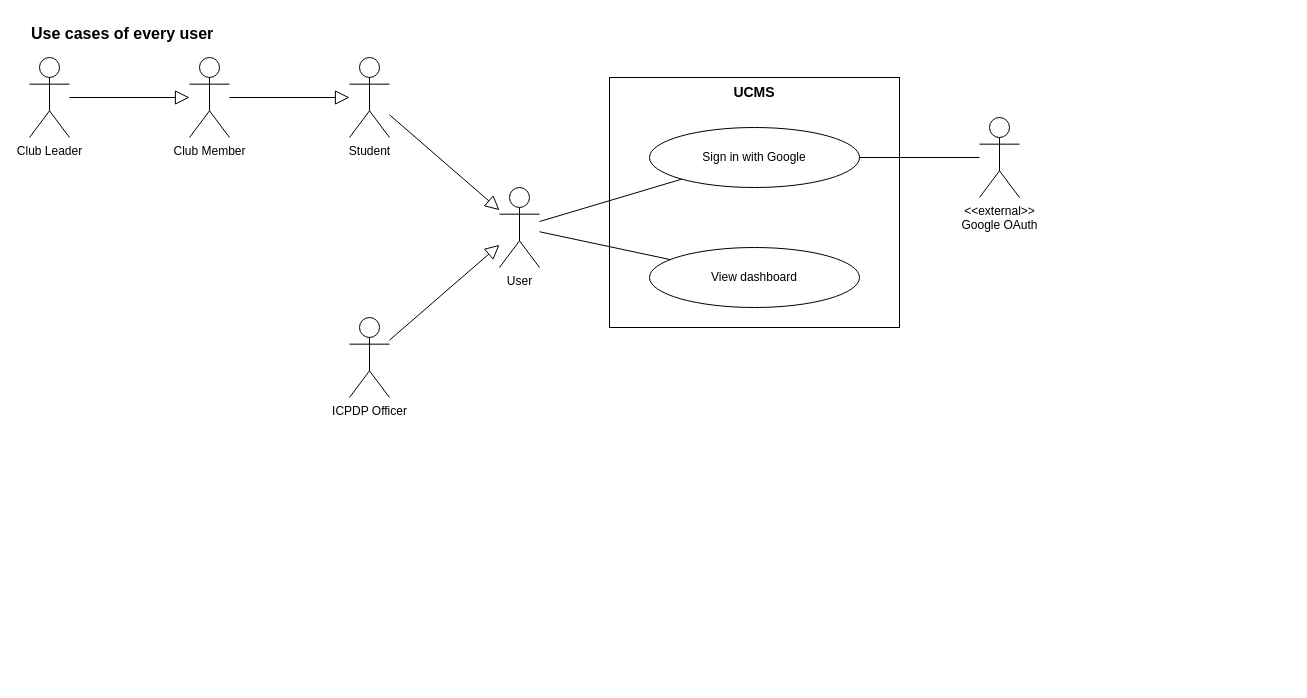
The draw.io diagram page "All users" (1 of 9) of docs/03-diagrams/UCMS_UseCase_ByActor.drawio in nvdekay/ClubManagementSystem, before the edit. Source tidied: cells renumbered, new cells numbered last; positions are measured from the earlier drawing's top-left corner, leaving out a move shared by most shapes. Both pictures are drawn from the tidied source at 100%, with x=0, y=0 at pixel (29, 17).
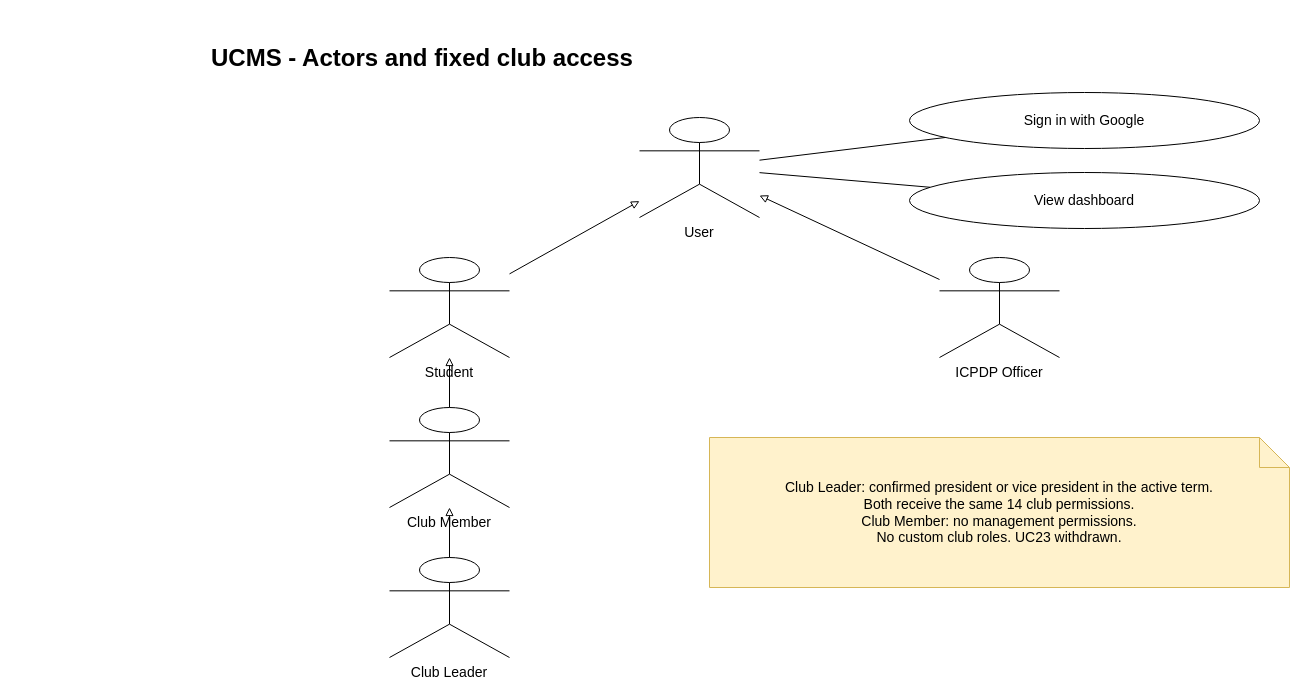
The same diagram, later.

What changed in the source:
```diff
@@
 <mxGraphModel background="#ffffff">
   <root>
     <mxCell id="0" />
     <mxCell id="1" parent="0" />
-    <mxCell id="2" value="Use cases of every user" style="text;html=1;fontStyle=1;fontSize=16;align=left;" parent="1" vertex="1">
-      <mxGeometry width="700" height="30" as="geometry" />
-    </mxCell>
-    <mxCell id="3" value="UCMS" style="rounded=0;whiteSpace=wrap;html=1;fillColor=none;strokeColor=#000000;verticalAlign=top;fontStyle=1;fontSize=14;" parent="1" vertex="1">
-      <mxGeometry x="580" y="60" width="290" height="250" as="geometry" />
-    </mxCell>
-    <mxCell id="4" value="Club Leader" style="shape=umlActor;verticalLabelPosition=bottom;verticalAlign=top;html=1;outlineConnect=0;fillColor=#ffffff;strokeColor=#000000;" parent="1" vertex="1">
-      <mxGeometry y="40" width="40" height="80" as="geometry" />
-    </mxCell>
-    <mxCell id="5" value="Club Member" style="shape=umlActor;verticalLabelPosition=bottom;verticalAlign=top;html=1;outlineConnect=0;fillColor=#ffffff;strokeColor=#000000;" parent="1" vertex="1">
-      <mxGeometry x="160" y="40" width="40" height="80" as="geometry" />
-    </mxCell>
+    <mxCell id="19" value="UCMS - Actors and fixed club access" style="whiteSpace=wrap;html=1;fontFamily=Arial;fontSize=14;text;fontSize=24;fontStyle=1;" parent="1" vertex="1">
+      <mxGeometry x="180" y="20" width="1050" height="45" as="geometry" />
+    </mxCell>
+    <mxCell id="8" value="User" style="whiteSpace=wrap;html=1;fontFamily=Arial;fontSize=14;shape=umlActor;verticalLabelPosition=bottom;verticalAlign=top;" parent="1" vertex="1">
+      <mxGeometry x="610" y="100" width="120" height="100" as="geometry" />
+    </mxCell>
-    <mxCell id="6" value="Student" style="shape=umlActor;verticalLabelPosition=bottom;verticalAlign=top;html=1;outlineConnect=0;fillColor=#ffffff;strokeColor=#000000;" parent="1" vertex="1">
-      <mxGeometry x="320" y="40" width="40" height="80" as="geometry" />
+    <mxCell id="6" value="Student" style="whiteSpace=wrap;html=1;fontFamily=Arial;fontSize=14;shape=umlActor;verticalLabelPosition=bottom;verticalAlign=top;" parent="1" vertex="1">
+      <mxGeometry x="360" y="240" width="120" height="100" as="geometry" />
     </mxCell>
-    <mxCell id="7" value="ICPDP Officer" style="shape=umlActor;verticalLabelPosition=bottom;verticalAlign=top;html=1;outlineConnect=0;fillColor=#ffffff;strokeColor=#000000;" parent="1" vertex="1">
-      <mxGeometry x="320" y="300" width="40" height="80" as="geometry" />
+    <mxCell id="7" value="ICPDP Officer" style="whiteSpace=wrap;html=1;fontFamily=Arial;fontSize=14;shape=umlActor;verticalLabelPosition=bottom;verticalAlign=top;" parent="1" vertex="1">
+      <mxGeometry x="910" y="240" width="120" height="100" as="geometry" />
     </mxCell>
-    <mxCell id="8" value="User" style="shape=umlActor;verticalLabelPosition=bottom;verticalAlign=top;html=1;outlineConnect=0;fillColor=#ffffff;strokeColor=#000000;" parent="1" vertex="1">
-      <mxGeometry x="470" y="170" width="40" height="80" as="geometry" />
-    </mxCell>
-    <mxCell id="9" style="endArrow=block;endFill=0;endSize=12;html=1;strokeColor=#000000;" parent="1" edge="1" source="4" target="5">
-      <mxGeometry relative="1" as="geometry" />
-    </mxCell>
-    <mxCell id="10" style="endArrow=block;endFill=0;endSize=12;html=1;strokeColor=#000000;" parent="1" edge="1" source="5" target="6">
-      <mxGeometry relative="1" as="geometry" />
-    </mxCell>
+    <mxCell id="5" value="Club Member" style="whiteSpace=wrap;html=1;fontFamily=Arial;fontSize=14;shape=umlActor;verticalLabelPosition=bottom;verticalAlign=top;" parent="1" vertex="1">
+      <mxGeometry x="360" y="390" width="120" height="100" as="geometry" />
+    </mxCell>
+    <mxCell id="4" value="Club Leader" style="whiteSpace=wrap;html=1;fontFamily=Arial;fontSize=14;shape=umlActor;verticalLabelPosition=bottom;verticalAlign=top;" parent="1" vertex="1">
+      <mxGeometry x="360" y="540" width="120" height="100" as="geometry" />
+    </mxCell>
-    <mxCell id="11" style="endArrow=block;endFill=0;endSize=12;html=1;strokeColor=#000000;" parent="1" edge="1" source="6" target="8">
+    <mxCell id="11" style="html=1;fontFamily=Arial;fontSize=13;edgeStyle=none;rounded=0;endArrow=block;endFill=0;" parent="1" edge="1" source="6" target="8">
       <mxGeometry relative="1" as="geometry" />
     </mxCell>
-    <mxCell id="12" style="endArrow=block;endFill=0;endSize=12;html=1;strokeColor=#000000;" parent="1" edge="1" source="7" target="8">
+    <mxCell id="12" style="html=1;fontFamily=Arial;fontSize=13;edgeStyle=none;rounded=0;endArrow=block;endFill=0;" parent="1" edge="1" source="7" target="8">
       <mxGeometry relative="1" as="geometry" />
     </mxCell>
+    <mxCell id="10" style="html=1;fontFamily=Arial;fontSize=13;edgeStyle=none;rounded=0;endArrow=block;endFill=0;" parent="1" edge="1" source="5" target="6">
+      <mxGeometry relative="1" as="geometry" />
+    </mxCell>
+    <mxCell id="9" style="html=1;fontFamily=Arial;fontSize=13;edgeStyle=none;rounded=0;endArrow=block;endFill=0;" parent="1" edge="1" source="4" target="5">
+      <mxGeometry relative="1" as="geometry" />
+    </mxCell>
-    <mxCell id="13" value="Sign in with Google" style="ellipse;whiteSpace=wrap;html=1;fillColor=#ffffff;strokeColor=#000000;fontSize=12;" parent="1" vertex="1">
-      <mxGeometry x="620" y="110" width="210" height="60" as="geometry" />
+    <mxCell id="13" value="Sign in with Google" style="whiteSpace=wrap;html=1;fontFamily=Arial;fontSize=14;ellipse;fillColor=#ffffff;strokeColor=#000000;" parent="1" vertex="1">
+      <mxGeometry x="880" y="75" width="350" height="56" as="geometry" />
     </mxCell>
+    <mxCell id="16" style="html=1;fontFamily=Arial;fontSize=13;edgeStyle=none;rounded=0;endArrow=none;" parent="1" edge="1" source="8" target="13">
+      <mxGeometry relative="1" as="geometry" />
+    </mxCell>
-    <mxCell id="14" value="View dashboard" style="ellipse;whiteSpace=wrap;html=1;fillColor=#ffffff;strokeColor=#000000;fontSize=12;" parent="1" vertex="1">
-      <mxGeometry x="620" y="230" width="210" height="60" as="geometry" />
+    <mxCell id="14" value="View dashboard" style="whiteSpace=wrap;html=1;fontFamily=Arial;fontSize=14;ellipse;fillColor=#ffffff;strokeColor=#000000;" parent="1" vertex="1">
+      <mxGeometry x="880" y="155" width="350" height="56" as="geometry" />
     </mxCell>
-    <mxCell id="15" value="&amp;lt;&amp;lt;external&amp;gt;&amp;gt;&lt;br&gt;Google OAuth" style="shape=umlActor;verticalLabelPosition=bottom;verticalAlign=top;html=1;outlineConnect=0;fillColor=#ffffff;strokeColor=#000000;" parent="1" vertex="1">
-      <mxGeometry x="950" y="100" width="40" height="80" as="geometry" />
-    </mxCell>
-    <mxCell id="16" style="endArrow=none;html=1;strokeColor=#000000;" parent="1" edge="1" source="8" target="13">
-      <mxGeometry relative="1" as="geometry" />
-    </mxCell>
-    <mxCell id="17" style="endArrow=none;html=1;strokeColor=#000000;" parent="1" edge="1" source="8" target="14">
+    <mxCell id="17" style="html=1;fontFamily=Arial;fontSize=13;edgeStyle=none;rounded=0;endArrow=none;" parent="1" edge="1" source="8" target="14">
       <mxGeometry relative="1" as="geometry" />
     </mxCell>
-    <mxCell id="18" style="endArrow=none;html=1;strokeColor=#000000;" parent="1" edge="1" source="13" target="15">
-      <mxGeometry relative="1" as="geometry" />
-    </mxCell>
+    <mxCell id="20" value="Club Leader: confirmed president or vice president in the active term.&lt;br&gt;Both receive the same 14 club permissions.&lt;br&gt;Club Member: no management permissions.&lt;br&gt;No custom club roles. UC23 withdrawn." style="whiteSpace=wrap;html=1;fontFamily=Arial;fontSize=14;shape=note;fillColor=#fff2cc;strokeColor=#d6b656;" parent="1" vertex="1">
+      <mxGeometry x="680" y="420" width="580" height="150" as="geometry" />
+    </mxCell>
   </root>
 </mxGraphModel>
```
